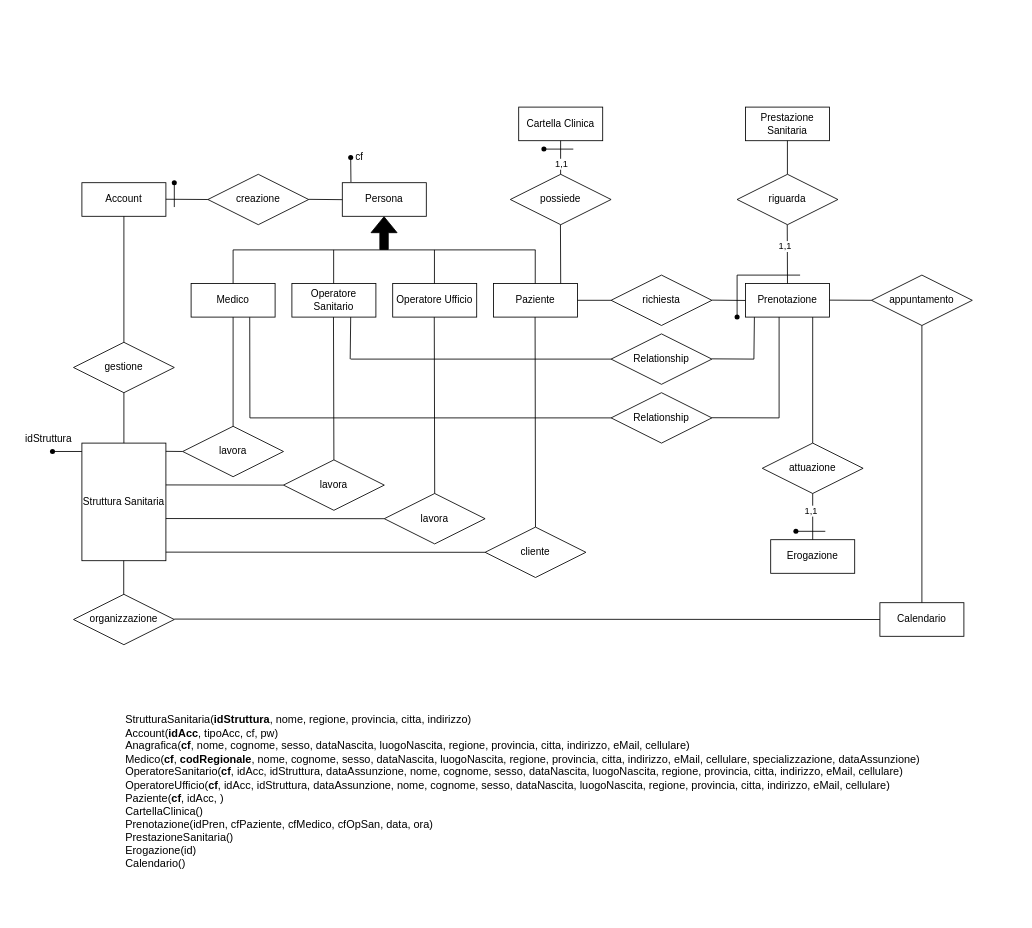
IngSW-unipv/Progetto-D23 keeps this draw.io diagram as DiagrammaER.drawio. Above is the earlier version. Source tidied: cells renumbered, new cells numbered last; positions are measured from the earlier drawing's top-left corner, leaving out a move shared by most shapes. Both pictures are drawn from the tidied source at 84%, with x=0, y=0 at pixel (14, 107).
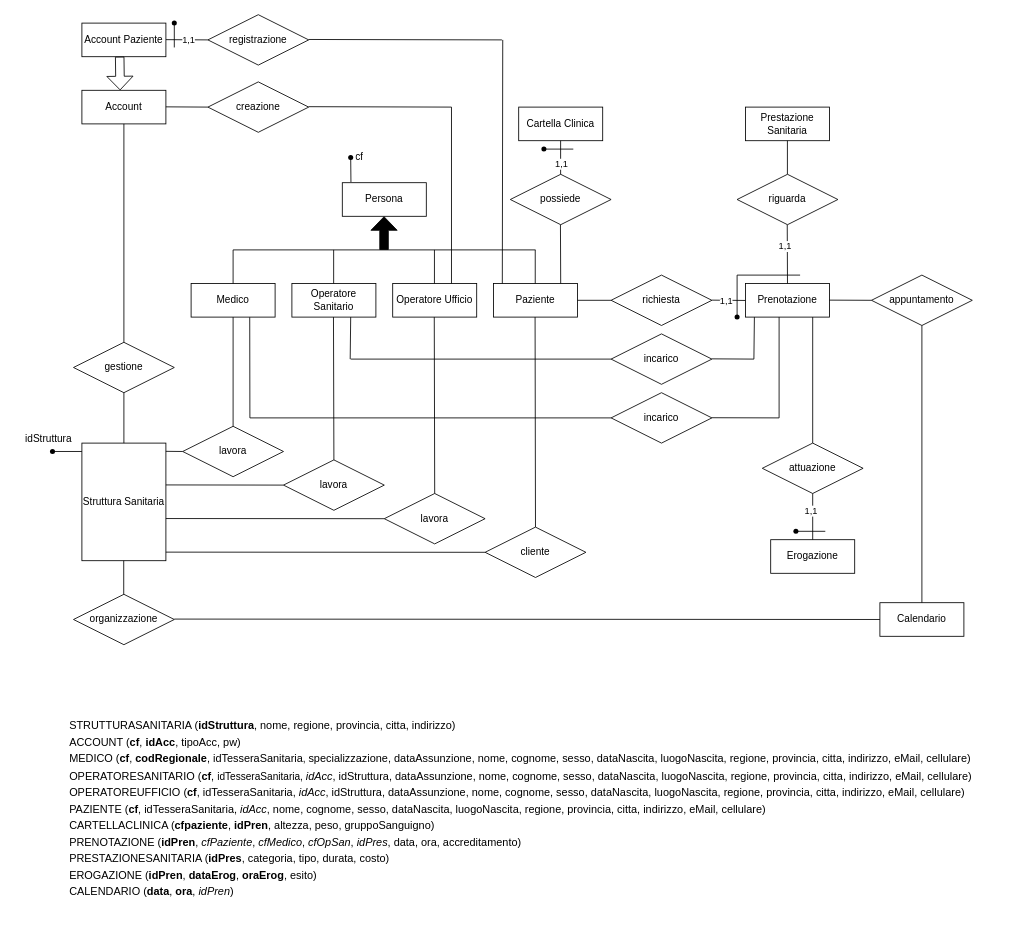
After the change.

Commit message:
chiavi e chiavi esterne

The change refers to these unchanged cells:
```xml
<mxCell id="16" value="gestione" style="shape=rhombus;perimeter=rhombusPerimeter;whiteSpace=wrap;html=1;align=center;" parent="1" vertex="1">
  <mxGeometry x="70" y="280" width="120" height="60" as="geometry" />
</mxCell>
<mxCell id="47" style="endArrow=none;html=1;rounded=0;entryX=0;entryY=0.5;entryDx=0;entryDy=0;" parent="1" edge="1">
  <mxGeometry relative="1" as="geometry">
    <mxPoint x="830" y="229.8" as="sourcePoint" />
    <mxPoint x="870" y="230.2" as="targetPoint" />
  </mxGeometry>
</mxCell>
```

What changed in the source:
```diff
@@
-    <mxCell id="3" style="shape=flexArrow;endArrow=classic;html=1;rounded=0;fillColor=#000000;" parent="1" edge="1">
+    <mxCell id="3" style="shape=flexArrow;endArrow=classic;html=1;rounded=0;fillColor=#000000;width=10.181818181818182;endSize=5.054545454545455;" parent="1" edge="1">
       <mxGeometry relative="1" as="geometry">
         <mxPoint x="439.7" y="170" as="sourcePoint" />
         <mxPoint x="439.7" y="130" as="targetPoint" />
       </mxGeometry>
     </mxCell>
@@
     <mxCell id="13" value="Account" style="whiteSpace=wrap;html=1;align=center;" parent="1" vertex="1">
-      <mxGeometry x="80" y="90" width="100" height="40" as="geometry" />
+      <mxGeometry x="80" y="-20" width="100" height="40" as="geometry" />
     </mxCell>
-    <mxCell id="14" value="creazione" style="shape=rhombus;perimeter=rhombusPerimeter;whiteSpace=wrap;html=1;align=center;" parent="1" vertex="1">
-      <mxGeometry x="230" y="80" width="120" height="60" as="geometry" />
+    <mxCell id="14" value="registrazione" style="shape=rhombus;perimeter=rhombusPerimeter;whiteSpace=wrap;html=1;align=center;" parent="1" vertex="1">
+      <mxGeometry x="230" y="-110" width="120" height="60" as="geometry" />
     </mxCell>
@@
     <mxCell id="17" style="endArrow=none;html=1;rounded=0;entryX=0;entryY=0.5;entryDx=0;entryDy=0;" parent="1" edge="1" target="14">
       <mxGeometry relative="1" as="geometry">
-        <mxPoint x="180" y="109.7" as="sourcePoint" />
+        <mxPoint x="180" y="-80.3" as="sourcePoint" />
       </mxGeometry>
     </mxCell>
-    <mxCell id="18" style="endArrow=none;html=1;rounded=0;entryX=0;entryY=0.5;entryDx=0;entryDy=0;" parent="1" edge="1">
-      <mxGeometry relative="1" as="geometry">
-        <mxPoint x="350" y="109.8" as="sourcePoint" />
-        <mxPoint x="390" y="110.2" as="targetPoint" />
-      </mxGeometry>
-    </mxCell>
+    <mxCell id="85" value="1,1" style="edgeLabel;html=1;align=center;verticalAlign=middle;" parent="17" vertex="1">
+      <mxGeometry x="0.09" relative="1" as="geometry" />
+    </mxCell>
-    <mxCell id="19" style="endArrow=none;html=1;rounded=0;exitX=0.5;exitY=1;exitDx=0;exitDy=0;entryX=0.5;entryY=0;entryDx=0;entryDy=0;" parent="1" edge="1" source="13" target="16">
+    <mxCell id="19" style="endArrow=none;html=1;rounded=0;entryX=0.5;entryY=0;entryDx=0;entryDy=0;exitX=0.5;exitY=1;exitDx=0;exitDy=0;" parent="1" edge="1" source="13" target="16">
       <mxGeometry relative="1" as="geometry" />
     </mxCell>
@@
+    <mxCell id="86" value="1,1" style="edgeLabel;html=1;align=center;verticalAlign=middle;" parent="47" vertex="1">
+      <mxGeometry x="-0.15" y="-1" relative="1" as="geometry" />
+    </mxCell>
@@
-    <mxCell id="54" value="Relationship" style="shape=rhombus;perimeter=rhombusPerimeter;whiteSpace=wrap;html=1;align=center;" parent="1" vertex="1">
+    <mxCell id="54" value="incarico" style="shape=rhombus;perimeter=rhombusPerimeter;whiteSpace=wrap;html=1;align=center;" parent="1" vertex="1">
       <mxGeometry x="710" y="340" width="120" height="60" as="geometry" />
     </mxCell>
@@
     <mxCell id="72" style="shape=waypoint;sketch=0;fillStyle=solid;size=6;fillColor=none;perimeter=centerPerimeter;" parent="1" vertex="1">
-      <mxGeometry x="180" y="80" width="20" height="20" as="geometry" />
+      <mxGeometry x="180" y="-110" width="20" height="20" as="geometry" />
     </mxCell>
     <mxCell id="73" style="endArrow=none;html=1;rounded=0;exitX=0.103;exitY=-0.02;exitDx=0;exitDy=0;exitPerimeter=0;" parent="1" edge="1">
       <mxGeometry relative="1" as="geometry">
-        <mxPoint x="190" y="119" as="sourcePoint" />
-        <mxPoint x="190" y="90" as="targetPoint" />
+        <mxPoint x="190" y="-71" as="sourcePoint" />
+        <mxPoint x="190" y="-100" as="targetPoint" />
       </mxGeometry>
     </mxCell>
-    <mxCell id="74" value="Relationship" style="shape=rhombus;perimeter=rhombusPerimeter;whiteSpace=wrap;html=1;align=center;" parent="1" vertex="1">
+    <mxCell id="74" value="incarico" style="shape=rhombus;perimeter=rhombusPerimeter;whiteSpace=wrap;html=1;align=center;" parent="1" vertex="1">
       <mxGeometry x="710" y="270" width="120" height="60" as="geometry" />
     </mxCell>
@@
-    <mxCell id="84" value="&lt;div style=&quot;text-align: left; font-size: 13px;&quot;&gt;&lt;span style=&quot;background-color: initial;&quot;&gt;&lt;font style=&quot;font-size: 13px;&quot;&gt;StrutturaSanitaria(&lt;b style=&quot;&quot;&gt;idStruttura&lt;/b&gt;, nome, regione, provincia, citta, indirizzo)&lt;/font&gt;&lt;/span&gt;&lt;/div&gt;&lt;div style=&quot;text-align: left; font-size: 13px;&quot;&gt;&lt;span style=&quot;background-color: initial;&quot;&gt;&lt;font style=&quot;font-size: 13px;&quot;&gt;Account(&lt;b&gt;idAcc&lt;/b&gt;, tipoAcc, cf, pw)&lt;/font&gt;&lt;/span&gt;&lt;/div&gt;&lt;div style=&quot;text-align: left; font-size: 13px;&quot;&gt;&lt;font style=&quot;font-size: 13px;&quot;&gt;&lt;span style=&quot;background-color: initial;&quot;&gt;&lt;font style=&quot;font-size: 13px;&quot;&gt;Anagrafica(&lt;b&gt;cf&lt;/b&gt;, nome, cognome, sesso, dataNascita, luogoNascita, regione, provincia, citta, indirizzo, eMail, cellulare&lt;/font&gt;&lt;/span&gt;&lt;span style=&quot;background-color: initial;&quot;&gt;)&lt;/span&gt;&lt;/font&gt;&lt;/div&gt;&lt;div style=&quot;text-align: left; font-size: 13px;&quot;&gt;&lt;font style=&quot;font-size: 13px;&quot;&gt;&lt;font style=&quot;font-size: 13px;&quot;&gt;Medico(&lt;b&gt;cf&lt;/b&gt;,&amp;nbsp;&lt;b&gt;codRegionale&lt;/b&gt;,&amp;nbsp;&lt;/font&gt;&lt;span style=&quot;background-color: initial;&quot;&gt;nome, cognome, sesso, dataNascita, luogoNascita, regione, provincia, citta, indirizzo, eMail, cellulare,&amp;nbsp;&lt;/span&gt;&lt;span style=&quot;background-color: initial;&quot;&gt;specializzazione, dataAssunzione)&lt;/span&gt;&lt;/font&gt;&lt;/div&gt;&lt;div style=&quot;text-align: left; font-size: 13px;&quot;&gt;&lt;font style=&quot;font-size: 13px;&quot;&gt;&lt;font style=&quot;font-size: 13px;&quot;&gt;OperatoreSanitario(&lt;b&gt;cf&lt;/b&gt;, idAcc,&amp;nbsp;&lt;/font&gt;&lt;span style=&quot;background-color: initial;&quot;&gt;idStruttura&lt;/span&gt;, dataAssunzione,&amp;nbsp;&lt;span style=&quot;background-color: initial;&quot;&gt;nome, cognome, sesso, dataNascita, luogoNascita, regione, provincia, citta, indirizzo, eMail, cellulare&lt;/span&gt;&lt;span style=&quot;background-color: initial;&quot;&gt;)&lt;/span&gt;&lt;/font&gt;&lt;/div&gt;&lt;div style=&quot;text-align: left; font-size: 13px;&quot;&gt;&lt;font style=&quot;font-size: 13px;&quot;&gt;&lt;font style=&quot;font-size: 13px;&quot;&gt;OperatoreUfficio(&lt;b&gt;cf&lt;/b&gt;,&amp;nbsp;&lt;/font&gt;idAcc,&amp;nbsp;&lt;span style=&quot;background-color: initial;&quot;&gt;idStruttura,&amp;nbsp;&lt;/span&gt;&lt;span style=&quot;background-color: initial;&quot;&gt;dataAssunzione,&amp;nbsp;&lt;/span&gt;&lt;span style=&quot;background-color: initial;&quot;&gt;nome, cognome, sesso, dataNascita, luogoNascita, regione, provincia, citta, indirizzo, eMail, cellulare&lt;/span&gt;&lt;span style=&quot;background-color: initial;&quot;&gt;)&lt;/span&gt;&lt;/font&gt;&lt;/div&gt;&lt;div style=&quot;text-align: left; font-size: 13px;&quot;&gt;&lt;font style=&quot;font-size: 13px;&quot;&gt;&lt;font style=&quot;font-size: 13px;&quot;&gt;Paziente(&lt;b&gt;cf&lt;/b&gt;,&amp;nbsp;&lt;/font&gt;&lt;span style=&quot;background-color: initial;&quot;&gt;idAcc,&amp;nbsp;&lt;/span&gt;&lt;span style=&quot;background-color: initial;&quot;&gt;)&lt;/span&gt;&lt;/font&gt;&lt;/div&gt;&lt;div style=&quot;text-align: left; font-size: 13px;&quot;&gt;&lt;span style=&quot;background-color: initial;&quot;&gt;&lt;font style=&quot;font-size: 13px;&quot;&gt;CartellaClinica()&lt;/font&gt;&lt;/span&gt;&lt;/div&gt;&lt;div style=&quot;text-align: left; font-size: 13px;&quot;&gt;&lt;span style=&quot;background-color: initial;&quot;&gt;&lt;font style=&quot;font-size: 13px;&quot;&gt;Prenotazione(idPren, cfPaziente, cfMedico, cfOpSan, data, ora)&lt;/font&gt;&lt;/span&gt;&lt;/div&gt;&lt;div style=&quot;text-align: left; font-size: 13px;&quot;&gt;&lt;span style=&quot;background-color: initial;&quot;&gt;&lt;font style=&quot;font-size: 13px;&quot;&gt;PrestazioneSanitaria()&lt;/font&gt;&lt;/span&gt;&lt;/div&gt;&lt;div style=&quot;text-align: left; font-size: 13px;&quot;&gt;&lt;span style=&quot;background-color: initial;&quot;&gt;&lt;font style=&quot;font-size: 13px;&quot;&gt;Erogazione(id)&lt;/font&gt;&lt;/span&gt;&lt;/div&gt;&lt;div style=&quot;text-align: left; font-size: 13px;&quot;&gt;&lt;span style=&quot;background-color: initial;&quot;&gt;&lt;font style=&quot;font-size: 13px;&quot;&gt;Calendario()&lt;/font&gt;&lt;/span&gt;&lt;/div&gt;" style="text;html=1;strokeColor=none;fillColor=none;align=center;verticalAlign=middle;whiteSpace=wrap;rounded=0;" parent="1" vertex="1">
-      <mxGeometry x="70" y="690" width="1070" height="250" as="geometry" />
+    <mxCell id="84" value="&lt;div style=&quot;text-align: left; font-size: 13px; line-height: 150%;&quot;&gt;&lt;span style=&quot;background-color: initial;&quot;&gt;&lt;font style=&quot;font-size: 13px;&quot;&gt;STRUTTURASANITARIA (&lt;b style=&quot;&quot;&gt;idStruttura&lt;/b&gt;, nome, regione, provincia, citta, indirizzo)&lt;/font&gt;&lt;/span&gt;&lt;/div&gt;&lt;div style=&quot;text-align: left; font-size: 13px; line-height: 150%;&quot;&gt;&lt;span style=&quot;background-color: initial;&quot;&gt;&lt;font style=&quot;font-size: 13px;&quot;&gt;ACCOUNT (&lt;b&gt;cf&lt;/b&gt;, &lt;b&gt;idAcc&lt;/b&gt;, tipoAcc, pw)&lt;/font&gt;&lt;/span&gt;&lt;/div&gt;&lt;div style=&quot;text-align: left; font-size: 13px; line-height: 150%;&quot;&gt;&lt;font style=&quot;background-color: initial;&quot;&gt;MEDICO (&lt;b&gt;cf&lt;/b&gt;,&amp;nbsp;&lt;b&gt;codRegionale&lt;/b&gt;, idTesseraSanitaria&lt;/font&gt;&lt;span style=&quot;background-color: initial; font-size: 12px;&quot;&gt;,&amp;nbsp;&lt;/span&gt;&lt;span style=&quot;background-color: initial; border-color: var(--border-color);&quot;&gt;specializzazione, dataAssunzione,&lt;/span&gt;&lt;font style=&quot;background-color: initial;&quot;&gt;&amp;nbsp;&lt;/font&gt;&lt;span style=&quot;background-color: initial;&quot;&gt;nome, cognome, sesso, dataNascita, luogoNascita, regione, provincia, citta, indirizzo, eMail, cellulare&lt;/span&gt;&lt;span style=&quot;background-color: initial;&quot;&gt;)&lt;/span&gt;&lt;/div&gt;&lt;div style=&quot;text-align: left; font-size: 13px; line-height: 150%;&quot;&gt;&lt;font style=&quot;font-size: 13px;&quot;&gt;&lt;font style=&quot;font-size: 13px;&quot;&gt;OPERATORESANITARIO (&lt;b&gt;cf&lt;/b&gt;,&amp;nbsp;&lt;/font&gt;&lt;/font&gt;&lt;span style=&quot;background-color: initial; font-size: 12px;&quot;&gt;idTesseraSanitaria,&amp;nbsp;&lt;/span&gt;&lt;font style=&quot;background-color: initial;&quot;&gt;&lt;i&gt;idAcc&lt;/i&gt;,&amp;nbsp;&lt;/font&gt;&lt;span style=&quot;background-color: initial;&quot;&gt;idStruttura&lt;/span&gt;&lt;span style=&quot;background-color: initial;&quot;&gt;, dataAssunzione,&amp;nbsp;&lt;/span&gt;&lt;span style=&quot;background-color: initial;&quot;&gt;nome, cognome, sesso, dataNascita, luogoNascita, regione, provincia, citta, indirizzo, eMail, cellulare&lt;/span&gt;&lt;span style=&quot;background-color: initial;&quot;&gt;)&lt;/span&gt;&lt;/div&gt;&lt;div style=&quot;text-align: left; font-size: 13px; line-height: 150%;&quot;&gt;&lt;font style=&quot;font-size: 13px;&quot;&gt;&lt;font style=&quot;background-color: initial; font-size: 13px;&quot;&gt;OPERATOREUFFICIO (&lt;b&gt;cf&lt;/b&gt;, idTesseraSanitaria,&amp;nbsp;&lt;/font&gt;&lt;span style=&quot;background-color: initial;&quot;&gt;&lt;i&gt;idAcc&lt;/i&gt;,&amp;nbsp;&lt;/span&gt;&lt;span style=&quot;background-color: initial;&quot;&gt;idStruttura,&amp;nbsp;&lt;/span&gt;&lt;span style=&quot;background-color: initial;&quot;&gt;dataAssunzione,&amp;nbsp;&lt;/span&gt;&lt;span style=&quot;background-color: initial;&quot;&gt;nome, cognome, sesso, dataNascita, luogoNascita, regione, provincia, citta, indirizzo, eMail, cellulare&lt;/span&gt;&lt;span style=&quot;background-color: initial;&quot;&gt;)&lt;/span&gt;&lt;/font&gt;&lt;/div&gt;&lt;div style=&quot;text-align: left; font-size: 13px; line-height: 150%;&quot;&gt;&lt;font style=&quot;font-size: 13px;&quot;&gt;&lt;font style=&quot;font-size: 13px;&quot;&gt;&lt;font style=&quot;font-size: 13px;&quot;&gt;PAZIENTE (&lt;b&gt;cf&lt;/b&gt;, idTesseraSanitaria,&amp;nbsp;&lt;/font&gt;&lt;span style=&quot;background-color: initial;&quot;&gt;&lt;i&gt;idAcc&lt;/i&gt;,&amp;nbsp;&lt;/span&gt;&lt;/font&gt;&lt;span style=&quot;background-color: initial;&quot;&gt;nome, cognome, sesso, dataNascita, luogoNascita, regione, provincia, citta, indirizzo, eMail, cellulare&lt;/span&gt;&lt;span style=&quot;background-color: initial; border-color: var(--border-color);&quot;&gt;)&lt;/span&gt;&lt;/font&gt;&lt;/div&gt;&lt;div style=&quot;text-align: left; font-size: 13px; line-height: 150%;&quot;&gt;&lt;font style=&quot;font-size: 13px;&quot;&gt;CARTELLACLINICA (&lt;b&gt;cfpaziente&lt;/b&gt;,&amp;nbsp;&lt;/font&gt;&lt;b style=&quot;background-color: initial; border-color: var(--border-color);&quot;&gt;idPren&lt;/b&gt;&lt;span style=&quot;background-color: initial;&quot;&gt;, altezza, peso, gruppoSanguigno)&lt;/span&gt;&lt;/div&gt;&lt;div style=&quot;text-align: left; font-size: 13px; line-height: 150%;&quot;&gt;&lt;span style=&quot;background-color: initial;&quot;&gt;&lt;font style=&quot;font-size: 13px;&quot;&gt;PRENOTAZIONE (&lt;b&gt;idPren&lt;/b&gt;, &lt;i&gt;cfPaziente&lt;/i&gt;, &lt;i&gt;cfMedico&lt;/i&gt;, &lt;i&gt;cfOpSan&lt;/i&gt;, &lt;i&gt;idPres&lt;/i&gt;, data, ora, accreditamento)&lt;/font&gt;&lt;/span&gt;&lt;/div&gt;&lt;div style=&quot;text-align: left; font-size: 13px; line-height: 150%;&quot;&gt;&lt;span style=&quot;background-color: initial;&quot;&gt;&lt;font style=&quot;font-size: 13px;&quot;&gt;PRESTAZIONESANITARIA (&lt;b&gt;idPres&lt;/b&gt;, categoria, tipo, durata, costo)&lt;/font&gt;&lt;/span&gt;&lt;/div&gt;&lt;div style=&quot;text-align: left; font-size: 13px; line-height: 150%;&quot;&gt;&lt;font style=&quot;font-size: 13px;&quot;&gt;&lt;span style=&quot;background-color: initial;&quot;&gt;&lt;font style=&quot;font-size: 13px;&quot;&gt;EROGAZIONE (&lt;b&gt;idPren&lt;/b&gt;, &lt;b&gt;dataErog&lt;/b&gt;, &lt;b&gt;oraErog&lt;/b&gt;, esito&lt;/font&gt;&lt;/span&gt;&lt;span style=&quot;background-color: initial;&quot;&gt;)&lt;/span&gt;&lt;/font&gt;&lt;/div&gt;&lt;div style=&quot;text-align: left; font-size: 13px; line-height: 150%;&quot;&gt;&lt;span style=&quot;background-color: initial;&quot;&gt;&lt;font style=&quot;font-size: 13px;&quot;&gt;CALENDARIO (&lt;b&gt;data&lt;/b&gt;, &lt;b&gt;ora&lt;/b&gt;, &lt;i&gt;idPren&lt;/i&gt;)&lt;/font&gt;&lt;/span&gt;&lt;/div&gt;" style="text;html=1;strokeColor=none;fillColor=none;align=center;verticalAlign=middle;whiteSpace=wrap;rounded=0;" parent="1" vertex="1">
+      <mxGeometry x="10" y="710" width="1185" height="250" as="geometry" />
     </mxCell>
+    <mxCell id="87" value="Account Paziente" style="whiteSpace=wrap;html=1;align=center;" parent="1" vertex="1">
+      <mxGeometry x="80" y="-100" width="100" height="40" as="geometry" />
+    </mxCell>
+    <mxCell id="88" style="shape=flexArrow;endArrow=classic;html=1;rounded=0;fillColor=#FFFFFF;width=10.181818181818182;endSize=5.054545454545455;" parent="1" edge="1">
+      <mxGeometry relative="1" as="geometry">
+        <mxPoint x="125" y="-60" as="sourcePoint" />
+        <mxPoint x="125.5" y="-20" as="targetPoint" />
+      </mxGeometry>
+    </mxCell>
+    <mxCell id="89" value="creazione" style="shape=rhombus;perimeter=rhombusPerimeter;whiteSpace=wrap;html=1;align=center;" parent="1" vertex="1">
+      <mxGeometry x="230" y="-30" width="120" height="60" as="geometry" />
+    </mxCell>
+    <mxCell id="90" style="endArrow=none;html=1;rounded=0;exitX=1;exitY=0.5;exitDx=0;exitDy=0;" parent="1" edge="1">
+      <mxGeometry relative="1" as="geometry">
+        <mxPoint x="350" y="-80.5" as="sourcePoint" />
+        <mxPoint x="580" y="-80" as="targetPoint" />
+      </mxGeometry>
+    </mxCell>
+    <mxCell id="91" style="endArrow=none;html=1;rounded=0;entryX=0.805;entryY=-0.011;entryDx=0;entryDy=0;entryPerimeter=0;" parent="1" edge="1">
+      <mxGeometry relative="1" as="geometry">
+        <mxPoint x="581" y="-80" as="sourcePoint" />
+        <mxPoint x="580.5" y="210" as="targetPoint" />
+      </mxGeometry>
+    </mxCell>
+    <mxCell id="92" style="endArrow=none;html=1;rounded=0;entryX=0;entryY=0.5;entryDx=0;entryDy=0;" parent="1" edge="1" target="89">
+      <mxGeometry relative="1" as="geometry">
+        <mxPoint x="180" y="-0.3" as="sourcePoint" />
+      </mxGeometry>
+    </mxCell>
+    <mxCell id="93" style="endArrow=none;html=1;rounded=0;exitX=1;exitY=0.5;exitDx=0;exitDy=0;" parent="1" edge="1">
+      <mxGeometry relative="1" as="geometry">
+        <mxPoint x="350" y="-0.5" as="sourcePoint" />
+        <mxPoint x="520" as="targetPoint" />
+      </mxGeometry>
+    </mxCell>
+    <mxCell id="94" style="endArrow=none;html=1;rounded=0;entryX=0.805;entryY=-0.011;entryDx=0;entryDy=0;entryPerimeter=0;" parent="1" edge="1">
+      <mxGeometry relative="1" as="geometry">
+        <mxPoint x="520" as="sourcePoint" />
+        <mxPoint x="520" y="210" as="targetPoint" />
+      </mxGeometry>
+    </mxCell>
```
